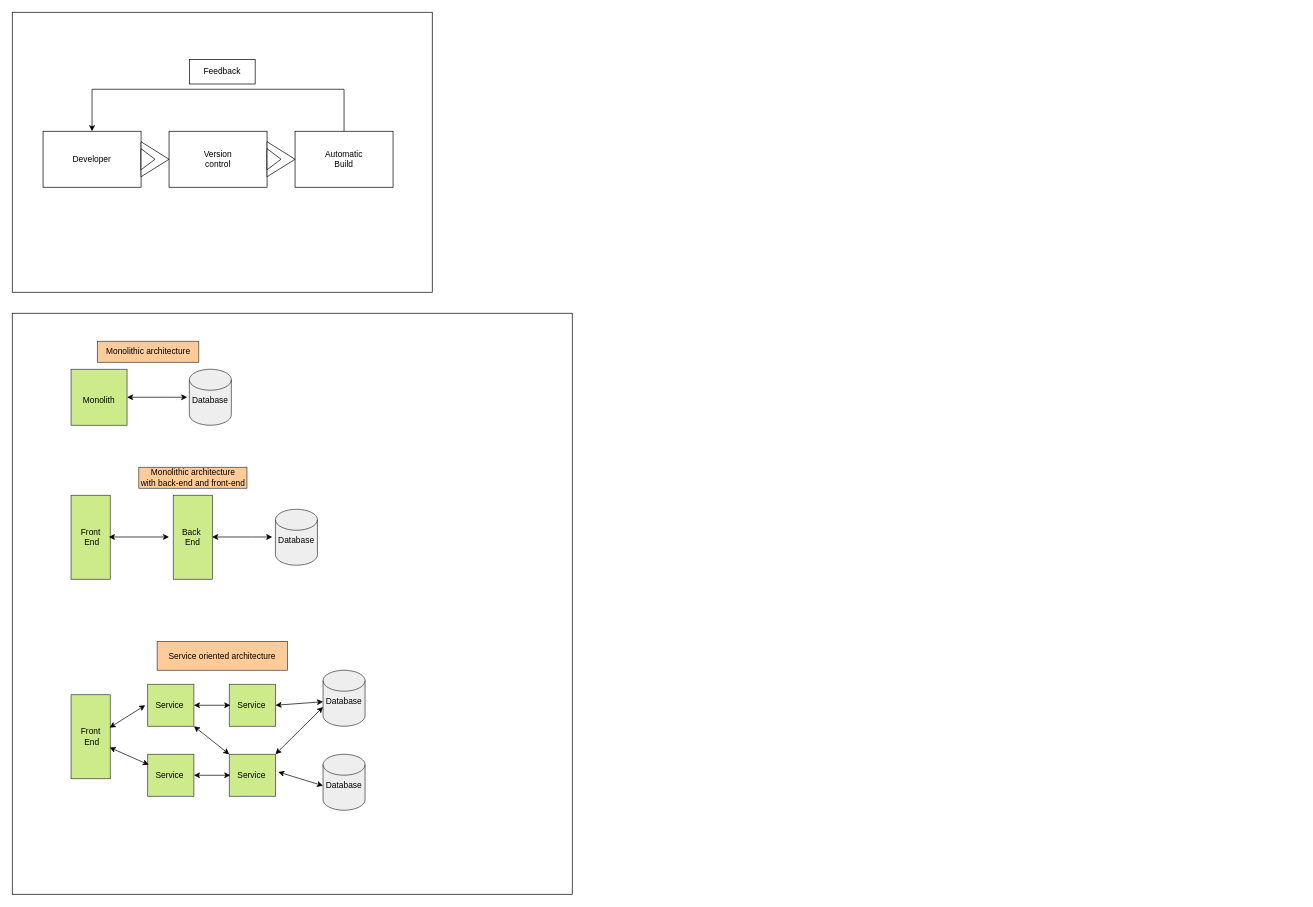
Above: Oppari/OppariKuvat.drawio in Tukkapollo/CBEMasterProgram (draw.io), before the change. Source tidied: cells renumbered, new cells numbered last; positions are measured from the earlier drawing's top-left corner, leaving out a move shared by most shapes. Both pictures are drawn from the tidied source at 70%, with x=0, y=0 at pixel (12, 12).
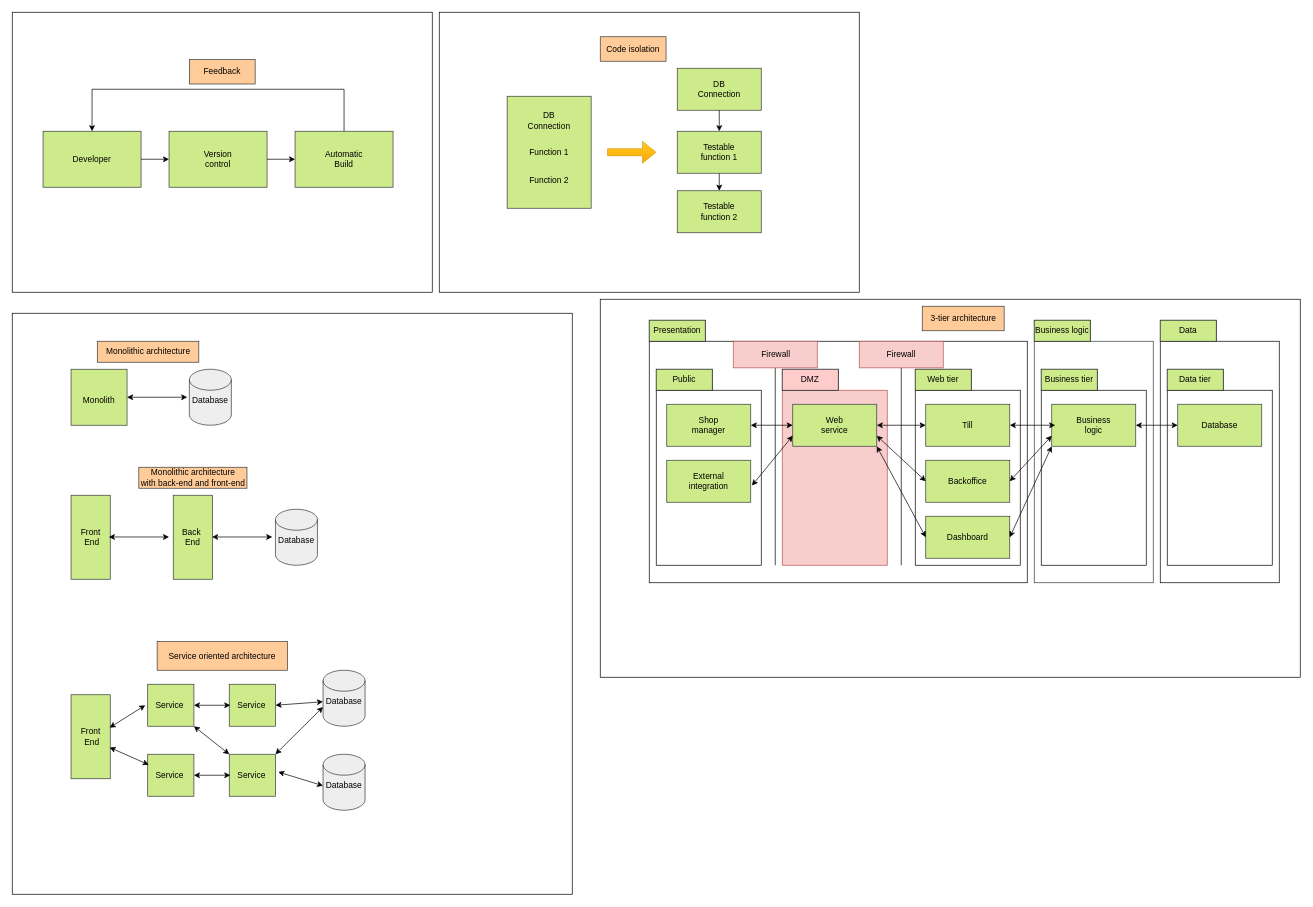
The same page after the edit.

Commit message (it also covers changes not shown here):
Progress at last. also pics

Change to the diagram source:
```diff
@@
+    <mxCell id="55" style="rounded=0;whiteSpace=wrap;html=1;" parent="1" vertex="1">
+      <mxGeometry x="840" y="410" width="1000" height="540" as="geometry" />
+    </mxCell>
@@
-    <mxCell id="3" style="rounded=0;whiteSpace=wrap;html=1;gradientColor=none;" parent="1" vertex="1">
+    <mxCell id="3" style="rounded=0;whiteSpace=wrap;html=1;fillColor=#cdeb8b;strokeColor=#36393d;" parent="1" vertex="1">
       <mxGeometry x="44" y="170" width="140" height="80" as="geometry" />
     </mxCell>
@@
-    <mxCell id="5" style="rounded=0;whiteSpace=wrap;html=1;gradientColor=none;" parent="1" vertex="1">
+    <mxCell id="5" style="rounded=0;whiteSpace=wrap;html=1;fillColor=#cdeb8b;strokeColor=#36393d;" parent="1" vertex="1">
       <mxGeometry x="224" y="170" width="140" height="80" as="geometry" />
     </mxCell>
@@
-    <mxCell id="7" style="rounded=0;whiteSpace=wrap;html=1;gradientColor=none;" parent="1" vertex="1">
+    <mxCell id="7" style="rounded=0;whiteSpace=wrap;html=1;fillColor=#cdeb8b;strokeColor=#36393d;" parent="1" vertex="1">
       <mxGeometry x="404" y="170" width="140" height="80" as="geometry" />
     </mxCell>
@@
-    <mxCell id="10" style="triangle;whiteSpace=wrap;html=1;" parent="1" vertex="1">
-      <mxGeometry x="184" y="185" width="40" height="50" as="geometry" />
-    </mxCell>
-    <mxCell id="11" style="triangle;whiteSpace=wrap;html=1;" parent="1" vertex="1">
-      <mxGeometry x="184" y="195" width="20" height="30" as="geometry" />
-    </mxCell>
-    <mxCell id="12" style="triangle;whiteSpace=wrap;html=1;" parent="1" vertex="1">
-      <mxGeometry x="364" y="185" width="40" height="50" as="geometry" />
-    </mxCell>
-    <mxCell id="13" style="triangle;whiteSpace=wrap;html=1;" parent="1" vertex="1">
-      <mxGeometry x="364" y="195" width="20" height="30" as="geometry" />
-    </mxCell>
-    <mxCell id="14" style="rounded=0;whiteSpace=wrap;html=1;" parent="1" vertex="1">
+    <mxCell id="14" style="rounded=0;whiteSpace=wrap;html=1;fillColor=#ffcc99;strokeColor=#36393d;" parent="1" vertex="1">
       <mxGeometry x="253" y="67.5" width="94" height="35" as="geometry" />
     </mxCell>
     <mxCell id="15" value="Feedback" style="text;strokeColor=none;align=center;fillColor=none;html=1;verticalAlign=middle;whiteSpace=wrap;rounded=0;" parent="1" vertex="1">
-      <mxGeometry x="235" y="70" width="130" height="30" as="geometry" />
+      <mxGeometry x="260" y="70" width="80" height="30" as="geometry" />
     </mxCell>
@@
+    <mxCell id="56" style="endArrow=classic;html=1;rounded=0;exitX=1;exitY=0.5;exitDx=0;exitDy=0;" parent="1" edge="1" source="3" target="5">
+      <mxGeometry relative="1" as="geometry" />
+    </mxCell>
+    <mxCell id="57" style="endArrow=classic;html=1;rounded=0;exitX=1;exitY=0.5;exitDx=0;exitDy=0;entryX=0;entryY=0.5;entryDx=0;entryDy=0;" parent="1" edge="1" source="5" target="7">
+      <mxGeometry relative="1" as="geometry" />
+    </mxCell>
+    <mxCell id="58" style="rounded=0;whiteSpace=wrap;html=1;" parent="1" vertex="1">
+      <mxGeometry x="610" width="600" height="400" as="geometry" />
+    </mxCell>
+    <mxCell id="59" style="rounded=0;whiteSpace=wrap;html=1;fillColor=#cdeb8b;strokeColor=#36393d;" parent="1" vertex="1">
+      <mxGeometry x="707" y="120" width="120" height="160" as="geometry" />
+    </mxCell>
+    <mxCell id="60" value="DB Connection" style="text;strokeColor=none;align=center;fillColor=none;html=1;verticalAlign=middle;whiteSpace=wrap;rounded=0;" parent="1" vertex="1">
+      <mxGeometry x="737" y="140" width="60" height="30" as="geometry" />
+    </mxCell>
+    <mxCell id="61" value="Function 1" style="text;strokeColor=none;align=center;fillColor=none;html=1;verticalAlign=middle;whiteSpace=wrap;rounded=0;" parent="1" vertex="1">
+      <mxGeometry x="737" y="185" width="60" height="30" as="geometry" />
+    </mxCell>
+    <mxCell id="62" value="Function&amp;nbsp;2" style="text;strokeColor=none;align=center;fillColor=none;html=1;verticalAlign=middle;whiteSpace=wrap;rounded=0;" parent="1" vertex="1">
+      <mxGeometry x="737" y="225" width="60" height="30" as="geometry" />
+    </mxCell>
+    <mxCell id="63" style="rounded=0;whiteSpace=wrap;html=1;fillColor=#cdeb8b;strokeColor=#36393d;" parent="1" vertex="1">
+      <mxGeometry x="950" y="80" width="120" height="60" as="geometry" />
+    </mxCell>
+    <mxCell id="64" style="rounded=0;whiteSpace=wrap;html=1;fillColor=#cdeb8b;strokeColor=#36393d;" parent="1" vertex="1">
+      <mxGeometry x="950" y="170" width="120" height="60" as="geometry" />
+    </mxCell>
+    <mxCell id="65" style="rounded=0;whiteSpace=wrap;html=1;fillColor=#cdeb8b;strokeColor=#36393d;" parent="1" vertex="1">
+      <mxGeometry x="950" y="255" width="120" height="60" as="geometry" />
+    </mxCell>
+    <mxCell id="66" style="endArrow=classic;html=1;rounded=0;entryX=0.5;entryY=0;entryDx=0;entryDy=0;" parent="1" edge="1" source="63" target="64">
+      <mxGeometry relative="1" as="geometry" />
+    </mxCell>
+    <mxCell id="67" style="endArrow=classic;html=1;rounded=0;exitX=0.5;exitY=1;exitDx=0;exitDy=0;entryX=0.5;entryY=0;entryDx=0;entryDy=0;" parent="1" edge="1" source="64" target="65">
+      <mxGeometry relative="1" as="geometry" />
+    </mxCell>
+    <mxCell id="68" value="DB Connection" style="text;strokeColor=none;align=center;fillColor=none;html=1;verticalAlign=middle;whiteSpace=wrap;rounded=0;" parent="1" vertex="1">
+      <mxGeometry x="980" y="95" width="60" height="30" as="geometry" />
+    </mxCell>
+    <mxCell id="69" value="Testable function&amp;nbsp;1" style="text;strokeColor=none;align=center;fillColor=none;html=1;verticalAlign=middle;whiteSpace=wrap;rounded=0;" parent="1" vertex="1">
+      <mxGeometry x="980" y="185" width="60" height="30" as="geometry" />
+    </mxCell>
+    <mxCell id="70" value="Testable function&amp;nbsp;2" style="text;strokeColor=none;align=center;fillColor=none;html=1;verticalAlign=middle;whiteSpace=wrap;rounded=0;" parent="1" vertex="1">
+      <mxGeometry x="980" y="270" width="60" height="30" as="geometry" />
+    </mxCell>
+    <mxCell id="71" style="rounded=0;whiteSpace=wrap;html=1;fillColor=#ffcc99;strokeColor=#36393d;" parent="1" vertex="1">
+      <mxGeometry x="840" y="35" width="94" height="35" as="geometry" />
+    </mxCell>
+    <mxCell id="72" value="Code isolation" style="text;strokeColor=none;align=center;fillColor=none;html=1;verticalAlign=middle;whiteSpace=wrap;rounded=0;" parent="1" vertex="1">
+      <mxGeometry x="847" y="37.5" width="80" height="30" as="geometry" />
+    </mxCell>
+    <mxCell id="73" style="shape=flexArrow;endArrow=classic;html=1;rounded=0;exitX=0;exitY=0.5;exitDx=0;exitDy=0;entryX=1;entryY=0.5;entryDx=0;entryDy=0;fillColor=#ffcd28;gradientColor=#ffa500;strokeColor=#d79b00;" parent="1" edge="1">
+      <mxGeometry relative="1" as="geometry">
+        <mxPoint x="850" y="200" as="sourcePoint" />
+        <mxPoint x="920" y="200" as="targetPoint" />
+      </mxGeometry>
+    </mxCell>
+    <mxCell id="74" parent="0" />
+    <mxCell id="75" style="rounded=0;whiteSpace=wrap;html=1;fillColor=none;strokeColor=#36393d;" parent="74" vertex="1">
+      <mxGeometry x="1460" y="470" width="170" height="345" as="geometry" />
+    </mxCell>
+    <mxCell id="76" style="rounded=0;whiteSpace=wrap;html=1;" parent="74" vertex="1">
+      <mxGeometry x="1640" y="470" width="170" height="345" as="geometry" />
+    </mxCell>
+    <mxCell id="77" style="rounded=0;whiteSpace=wrap;html=1;" parent="74" vertex="1">
+      <mxGeometry x="910" y="470" width="540" height="345" as="geometry" />
+    </mxCell>
+    <mxCell id="78" parent="0" />
+    <mxCell id="79" style="rounded=0;whiteSpace=wrap;html=1;fillColor=#ffcc99;strokeColor=#36393d;" parent="78" vertex="1">
+      <mxGeometry x="1300" y="420" width="117" height="35" as="geometry" />
+    </mxCell>
+    <mxCell id="80" value="3-tier architecture" style="text;strokeColor=none;align=center;fillColor=none;html=1;verticalAlign=middle;whiteSpace=wrap;rounded=0;" parent="78" vertex="1">
+      <mxGeometry x="1308.5" y="422.5" width="100" height="30" as="geometry" />
+    </mxCell>
+    <mxCell id="81" style="rounded=0;whiteSpace=wrap;html=1;" parent="78" vertex="1">
+      <mxGeometry x="920" y="540" width="150" height="250" as="geometry" />
+    </mxCell>
+    <mxCell id="82" style="rounded=0;whiteSpace=wrap;html=1;fillColor=#cdeb8b;strokeColor=#36393d;" parent="78" vertex="1">
+      <mxGeometry x="935" y="560" width="120" height="60" as="geometry" />
+    </mxCell>
+    <mxCell id="83" value="Shop manager" style="text;strokeColor=none;align=center;fillColor=none;html=1;verticalAlign=middle;whiteSpace=wrap;rounded=0;" parent="78" vertex="1">
+      <mxGeometry x="965" y="575" width="60" height="30" as="geometry" />
+    </mxCell>
+    <mxCell id="84" style="rounded=0;whiteSpace=wrap;html=1;fillColor=#f8cecc;strokeColor=#b85450;" parent="78" vertex="1">
+      <mxGeometry x="1100" y="540" width="150" height="250" as="geometry" />
+    </mxCell>
+    <mxCell id="85" style="rounded=0;whiteSpace=wrap;html=1;fillColor=#cdeb8b;strokeColor=#36393d;" parent="78" vertex="1">
+      <mxGeometry x="1115" y="560" width="120" height="60" as="geometry" />
+    </mxCell>
+    <mxCell id="86" value="Web service" style="text;strokeColor=none;align=center;fillColor=none;html=1;verticalAlign=middle;whiteSpace=wrap;rounded=0;" parent="78" vertex="1">
+      <mxGeometry x="1145" y="575" width="60" height="30" as="geometry" />
+    </mxCell>
+    <mxCell id="87" style="rounded=0;whiteSpace=wrap;html=1;" parent="78" vertex="1">
+      <mxGeometry x="1290" y="540" width="150" height="250" as="geometry" />
+    </mxCell>
+    <mxCell id="88" style="rounded=0;whiteSpace=wrap;html=1;fillColor=#cdeb8b;strokeColor=#36393d;" parent="78" vertex="1">
+      <mxGeometry x="1305" y="560" width="120" height="60" as="geometry" />
+    </mxCell>
+    <mxCell id="89" value="Till" style="text;strokeColor=none;align=center;fillColor=none;html=1;verticalAlign=middle;whiteSpace=wrap;rounded=0;" parent="78" vertex="1">
+      <mxGeometry x="1335" y="575" width="60" height="30" as="geometry" />
+    </mxCell>
+    <mxCell id="90" style="rounded=0;whiteSpace=wrap;html=1;fillColor=#cdeb8b;strokeColor=#36393d;" parent="78" vertex="1">
+      <mxGeometry x="1305" y="640" width="120" height="60" as="geometry" />
+    </mxCell>
+    <mxCell id="91" value="Backoffice" style="text;strokeColor=none;align=center;fillColor=none;html=1;verticalAlign=middle;whiteSpace=wrap;rounded=0;" parent="78" vertex="1">
+      <mxGeometry x="1335" y="655" width="60" height="30" as="geometry" />
+    </mxCell>
+    <mxCell id="92" style="endArrow=none;html=1;rounded=0;entryX=0.5;entryY=1;entryDx=0;entryDy=0;" parent="78" edge="1" target="94">
+      <mxGeometry relative="1" as="geometry">
+        <mxPoint x="1090" y="790" as="sourcePoint" />
+      </mxGeometry>
+    </mxCell>
+    <mxCell id="93" style="endArrow=none;html=1;rounded=0;entryX=0.5;entryY=1;entryDx=0;entryDy=0;" parent="78" edge="1" target="96">
+      <mxGeometry relative="1" as="geometry">
+        <mxPoint x="1270" y="790" as="sourcePoint" />
+      </mxGeometry>
+    </mxCell>
+    <mxCell id="94" style="rounded=0;whiteSpace=wrap;html=1;fillColor=#f8cecc;strokeColor=#b85450;" parent="78" vertex="1">
+      <mxGeometry x="1030" y="470" width="120" height="38" as="geometry" />
+    </mxCell>
+    <mxCell id="95" value="Firewall" style="text;strokeColor=none;align=center;fillColor=none;html=1;verticalAlign=middle;whiteSpace=wrap;rounded=0;" parent="78" vertex="1">
+      <mxGeometry x="1061" y="474" width="60" height="30" as="geometry" />
+    </mxCell>
+    <mxCell id="96" style="rounded=0;whiteSpace=wrap;html=1;fillColor=#f8cecc;strokeColor=#b85450;" parent="78" vertex="1">
+      <mxGeometry x="1210" y="470" width="120" height="38" as="geometry" />
+    </mxCell>
+    <mxCell id="97" value="Firewall" style="text;strokeColor=none;align=center;fillColor=none;html=1;verticalAlign=middle;whiteSpace=wrap;rounded=0;" parent="78" vertex="1">
+      <mxGeometry x="1240" y="474" width="60" height="30" as="geometry" />
+    </mxCell>
+    <mxCell id="98" style="rounded=0;whiteSpace=wrap;html=1;" parent="78" vertex="1">
+      <mxGeometry x="1470" y="540" width="150" height="250" as="geometry" />
+    </mxCell>
+    <mxCell id="99" style="rounded=0;whiteSpace=wrap;html=1;fillColor=#cdeb8b;strokeColor=#36393d;" parent="78" vertex="1">
+      <mxGeometry x="1485" y="560" width="120" height="60" as="geometry" />
+    </mxCell>
+    <mxCell id="100" style="rounded=0;whiteSpace=wrap;html=1;" parent="78" vertex="1">
+      <mxGeometry x="1650" y="540" width="150" height="250" as="geometry" />
+    </mxCell>
+    <mxCell id="101" style="rounded=0;whiteSpace=wrap;html=1;fillColor=#cdeb8b;strokeColor=#36393d;" parent="78" vertex="1">
+      <mxGeometry x="1665" y="560" width="120" height="60" as="geometry" />
+    </mxCell>
+    <mxCell id="102" style="rounded=0;whiteSpace=wrap;html=1;" parent="78" vertex="1">
+      <mxGeometry x="910" y="440" width="80" height="30" as="geometry" />
+    </mxCell>
+    <mxCell id="103" value="Presentation" style="text;strokeColor=#36393d;align=center;fillColor=#cdeb8b;html=1;verticalAlign=middle;whiteSpace=wrap;rounded=0;" parent="78" vertex="1">
+      <mxGeometry x="910" y="440" width="80" height="30" as="geometry" />
+    </mxCell>
+    <mxCell id="104" style="rounded=0;whiteSpace=wrap;html=1;" parent="78" vertex="1">
+      <mxGeometry x="1460" y="440" width="80" height="30" as="geometry" />
+    </mxCell>
+    <mxCell id="105" value="Business logic" style="text;strokeColor=#36393d;align=center;fillColor=#cdeb8b;html=1;verticalAlign=middle;whiteSpace=wrap;rounded=0;" parent="78" vertex="1">
+      <mxGeometry x="1460" y="440" width="80" height="30" as="geometry" />
+    </mxCell>
+    <mxCell id="106" style="rounded=0;whiteSpace=wrap;html=1;" parent="78" vertex="1">
+      <mxGeometry x="1640" y="440" width="80" height="30" as="geometry" />
+    </mxCell>
+    <mxCell id="107" value="Data" style="text;strokeColor=#36393d;align=center;fillColor=#cdeb8b;html=1;verticalAlign=middle;whiteSpace=wrap;rounded=0;" parent="78" vertex="1">
+      <mxGeometry x="1640" y="440" width="80" height="30" as="geometry" />
+    </mxCell>
+    <mxCell id="108" style="rounded=0;whiteSpace=wrap;html=1;" parent="78" vertex="1">
+      <mxGeometry x="920" y="510" width="80" height="30" as="geometry" />
+    </mxCell>
+    <mxCell id="109" value="Public" style="text;strokeColor=#36393d;align=center;fillColor=#cdeb8b;html=1;verticalAlign=middle;whiteSpace=wrap;rounded=0;" parent="78" vertex="1">
+      <mxGeometry x="920" y="510" width="80" height="30" as="geometry" />
+    </mxCell>
+    <mxCell id="110" style="rounded=0;whiteSpace=wrap;html=1;" parent="78" vertex="1">
+      <mxGeometry x="1100" y="510" width="80" height="30" as="geometry" />
+    </mxCell>
+    <mxCell id="111" value="DMZ" style="text;strokeColor=#36393d;align=center;fillColor=#ffcccc;html=1;verticalAlign=middle;whiteSpace=wrap;rounded=0;" parent="78" vertex="1">
+      <mxGeometry x="1100" y="510" width="80" height="30" as="geometry" />
+    </mxCell>
+    <mxCell id="112" style="rounded=0;whiteSpace=wrap;html=1;" parent="78" vertex="1">
+      <mxGeometry x="1290" y="510" width="80" height="30" as="geometry" />
+    </mxCell>
+    <mxCell id="113" value="Web tier" style="text;strokeColor=#36393d;align=center;fillColor=#cdeb8b;html=1;verticalAlign=middle;whiteSpace=wrap;rounded=0;" parent="78" vertex="1">
+      <mxGeometry x="1290" y="510" width="80" height="30" as="geometry" />
+    </mxCell>
+    <mxCell id="114" style="rounded=0;whiteSpace=wrap;html=1;" parent="78" vertex="1">
+      <mxGeometry x="1470" y="510" width="80" height="30" as="geometry" />
+    </mxCell>
+    <mxCell id="115" value="Business tier" style="text;strokeColor=#36393d;align=center;fillColor=#cdeb8b;html=1;verticalAlign=middle;whiteSpace=wrap;rounded=0;" parent="78" vertex="1">
+      <mxGeometry x="1470" y="510" width="80" height="30" as="geometry" />
+    </mxCell>
+    <mxCell id="116" style="rounded=0;whiteSpace=wrap;html=1;" parent="78" vertex="1">
+      <mxGeometry x="1650" y="510" width="80" height="30" as="geometry" />
+    </mxCell>
+    <mxCell id="117" value="Data tier" style="text;strokeColor=#36393d;align=center;fillColor=#cdeb8b;html=1;verticalAlign=middle;whiteSpace=wrap;rounded=0;" parent="78" vertex="1">
+      <mxGeometry x="1650" y="510" width="80" height="30" as="geometry" />
+    </mxCell>
+    <mxCell id="118" value="Business logic" style="text;strokeColor=none;align=center;fillColor=none;html=1;verticalAlign=middle;whiteSpace=wrap;rounded=0;" parent="78" vertex="1">
+      <mxGeometry x="1515" y="575" width="60" height="30" as="geometry" />
+    </mxCell>
+    <mxCell id="119" value="Database" style="text;strokeColor=none;align=center;fillColor=none;html=1;verticalAlign=middle;whiteSpace=wrap;rounded=0;" parent="78" vertex="1">
+      <mxGeometry x="1695" y="575" width="60" height="30" as="geometry" />
+    </mxCell>
+    <mxCell id="120" style="endArrow=classic;startArrow=classic;html=1;rounded=0;exitX=1;exitY=0.5;exitDx=0;exitDy=0;entryX=0;entryY=0.5;entryDx=0;entryDy=0;" parent="78" edge="1" source="82" target="85">
+      <mxGeometry relative="1" as="geometry" />
+    </mxCell>
+    <mxCell id="121" style="endArrow=classic;startArrow=classic;html=1;rounded=0;exitX=1;exitY=0.5;exitDx=0;exitDy=0;entryX=0;entryY=0.5;entryDx=0;entryDy=0;" parent="78" edge="1" source="85" target="88">
+      <mxGeometry relative="1" as="geometry" />
+    </mxCell>
+    <mxCell id="122" style="endArrow=classic;startArrow=classic;html=1;rounded=0;exitX=1;exitY=0.75;exitDx=0;exitDy=0;entryX=0;entryY=0.5;entryDx=0;entryDy=0;" parent="78" edge="1" source="85" target="90">
+      <mxGeometry relative="1" as="geometry" />
+    </mxCell>
+    <mxCell id="123" style="endArrow=classic;startArrow=classic;html=1;rounded=0;exitX=1;exitY=0.5;exitDx=0;exitDy=0;" parent="78" edge="1" source="88">
+      <mxGeometry relative="1" as="geometry">
+        <mxPoint x="1490" y="590" as="targetPoint" />
+      </mxGeometry>
+    </mxCell>
+    <mxCell id="124" style="endArrow=classic;startArrow=classic;html=1;rounded=0;exitX=1;exitY=0.5;exitDx=0;exitDy=0;entryX=0;entryY=0.75;entryDx=0;entryDy=0;" parent="78" edge="1" source="90" target="99">
+      <mxGeometry relative="1" as="geometry" />
+    </mxCell>
+    <mxCell id="125" style="endArrow=classic;startArrow=classic;html=1;rounded=0;exitX=1;exitY=0.5;exitDx=0;exitDy=0;entryX=0;entryY=0.5;entryDx=0;entryDy=0;" parent="78" edge="1" source="99" target="101">
+      <mxGeometry relative="1" as="geometry" />
+    </mxCell>
+    <mxCell id="126" style="rounded=0;whiteSpace=wrap;html=1;fillColor=#cdeb8b;strokeColor=#36393d;" parent="78" vertex="1">
+      <mxGeometry x="1305" y="720" width="120" height="60" as="geometry" />
+    </mxCell>
+    <mxCell id="127" value="Dashboard" style="text;strokeColor=none;align=center;fillColor=none;html=1;verticalAlign=middle;whiteSpace=wrap;rounded=0;" parent="78" vertex="1">
+      <mxGeometry x="1335" y="735" width="60" height="30" as="geometry" />
+    </mxCell>
+    <mxCell id="128" style="endArrow=classic;startArrow=classic;html=1;rounded=0;exitX=1;exitY=1;exitDx=0;exitDy=0;entryX=0;entryY=0.5;entryDx=0;entryDy=0;" parent="78" edge="1" source="85" target="126">
+      <mxGeometry relative="1" as="geometry" />
+    </mxCell>
+    <mxCell id="129" style="endArrow=classic;startArrow=classic;html=1;rounded=0;exitX=0;exitY=1;exitDx=0;exitDy=0;entryX=1;entryY=0.5;entryDx=0;entryDy=0;" parent="78" edge="1" source="99" target="126">
+      <mxGeometry relative="1" as="geometry" />
+    </mxCell>
+    <mxCell id="130" style="rounded=0;whiteSpace=wrap;html=1;fillColor=#cdeb8b;strokeColor=#36393d;" parent="78" vertex="1">
+      <mxGeometry x="935" y="640" width="120" height="60" as="geometry" />
+    </mxCell>
+    <mxCell id="131" value="External integration" style="text;strokeColor=none;align=center;fillColor=none;html=1;verticalAlign=middle;whiteSpace=wrap;rounded=0;" parent="78" vertex="1">
+      <mxGeometry x="965" y="655" width="60" height="30" as="geometry" />
+    </mxCell>
+    <mxCell id="132" style="endArrow=classic;startArrow=classic;html=1;rounded=0;exitX=1.014;exitY=0.603;exitDx=0;exitDy=0;exitPerimeter=0;entryX=0;entryY=0.75;entryDx=0;entryDy=0;" parent="78" edge="1" source="130" target="85">
+      <mxGeometry relative="1" as="geometry" />
+    </mxCell>
```
